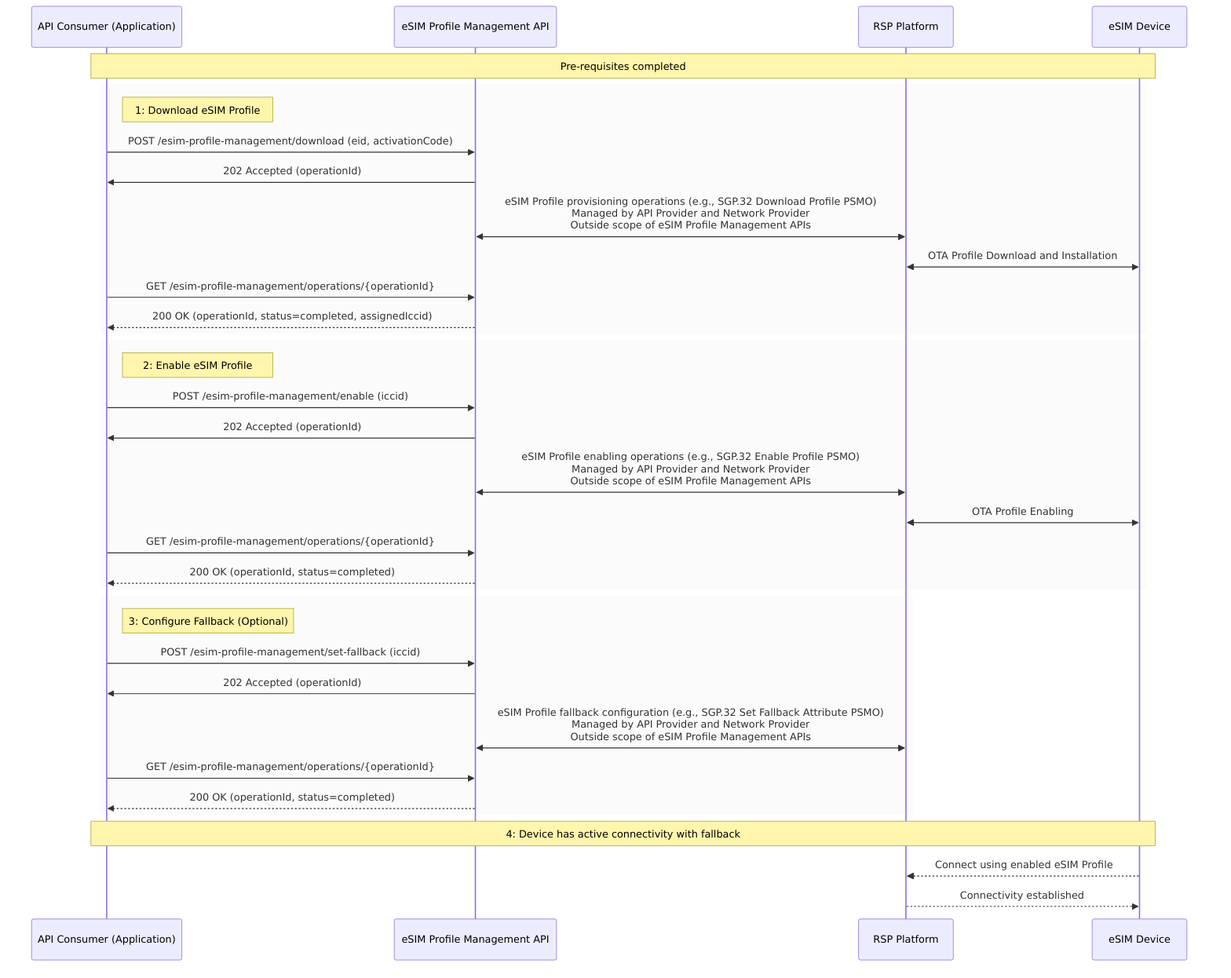
camaraproject/IoTDeviceManagement keeps this Mermaid diagram as documentation/API_documentation/diagrams/high-level-flow.png. Above is the earlier version. Its source is kept beside it as documentation/API_documentation/diagrams/high-level-flow.mmd.
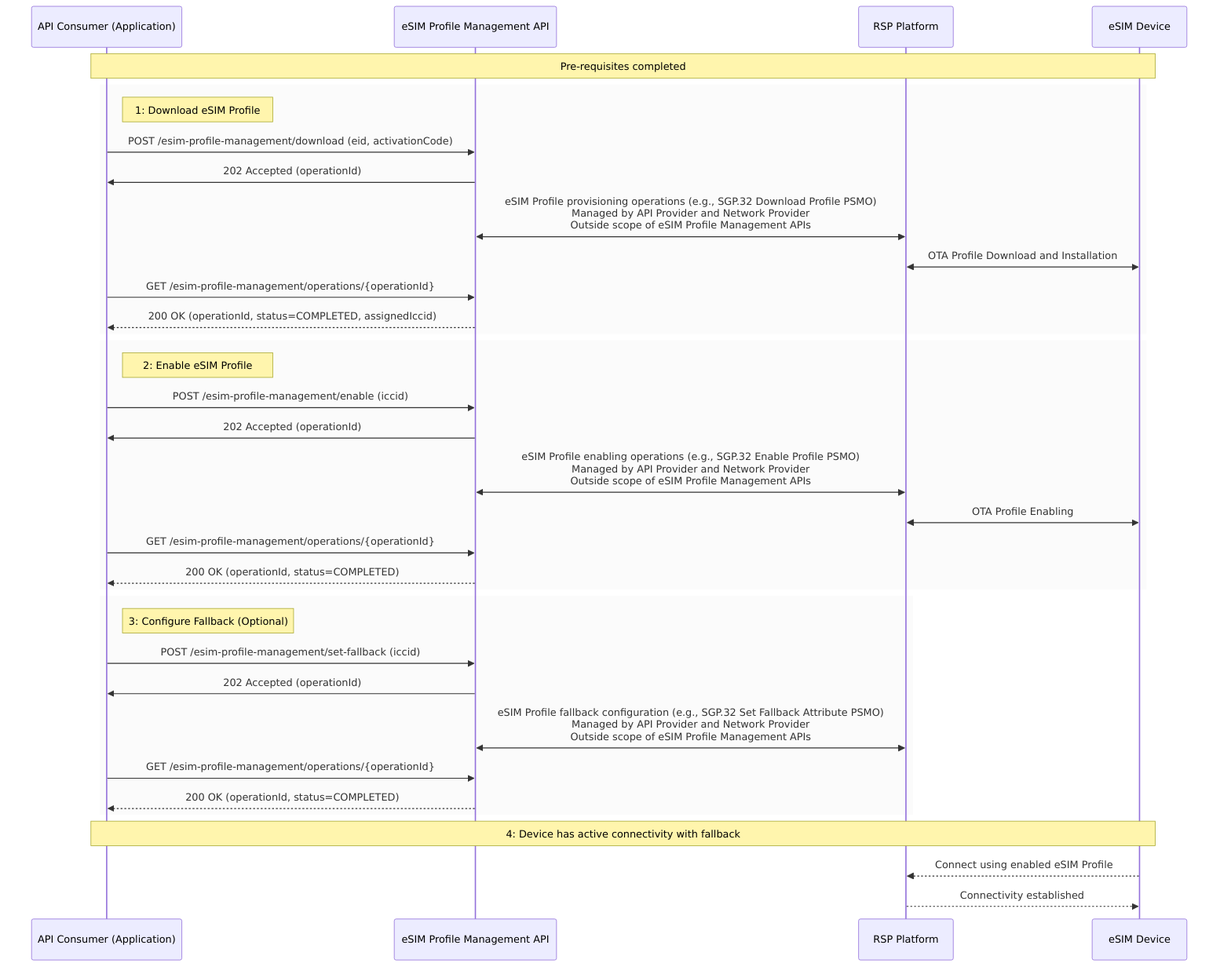
Later version of the same file.

Commit message:
fix: use two-state operation status and capitalize state enums

Diff of the diagram source:
```diff
@@ -12,7 +12,7 @@
         API<<->>RSP: eSIM Profile provisioning operations (e.g., SGP.32 Download Profile PSMO)<br>Managed by API Provider and Network Provider<br>Outside scope of eSIM Profile Management APIs
         RSP<<->>Device: OTA Profile Download and Installation
         App->>API: GET /esim-profile-management/operations/{operationId}
-        API-->>App: 200 OK (operationId, status=completed, assignedIccid)
+        API-->>App: 200 OK (operationId, status=COMPLETED, assignedIccid)
     end
 
     rect rgba(240, 240, 240, 0.3)
@@ -22,7 +22,7 @@
         API<<->>RSP: eSIM Profile enabling operations (e.g., SGP.32 Enable Profile PSMO)<br>Managed by API Provider and Network Provider<br>Outside scope of eSIM Profile Management APIs
         RSP<<->>Device: OTA Profile Enabling
         App->>API: GET /esim-profile-management/operations/{operationId}
-        API-->>App: 200 OK (operationId, status=completed)
+        API-->>App: 200 OK (operationId, status=COMPLETED)
     end
 
     rect rgba(240, 240, 240, 0.3)
@@ -31,7 +31,7 @@
         API->>App: 202 Accepted (operationId)
         API<<->>RSP: eSIM Profile fallback configuration (e.g., SGP.32 Set Fallback Attribute PSMO)<br>Managed by API Provider and Network Provider<br>Outside scope of eSIM Profile Management APIs
         App->>API: GET /esim-profile-management/operations/{operationId}
-        API-->>App: 200 OK (operationId, status=completed)
+        API-->>App: 200 OK (operationId, status=COMPLETED)
     end
 
     Note over App,Device: 4: Device has active connectivity with fallback
```
